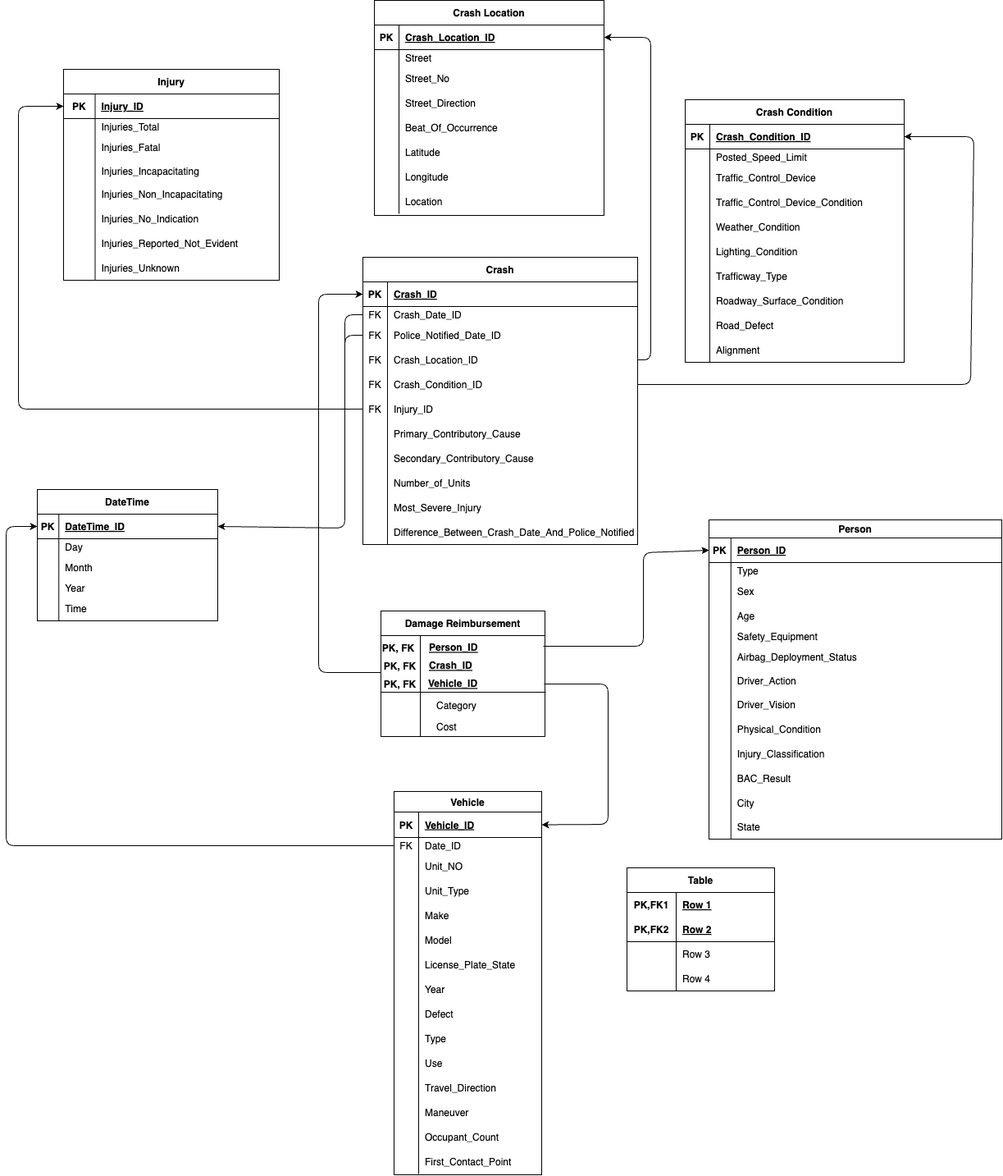
SaraHoxha/lds-dw-modelling keeps this draw.io diagram as Data Warehouse Schema/DW Schema.png. Above is the earlier version. Source tidied: cells renumbered, new cells last; positions are measured from the earlier drawing's top-left corner, leaving out a move shared by most shapes.
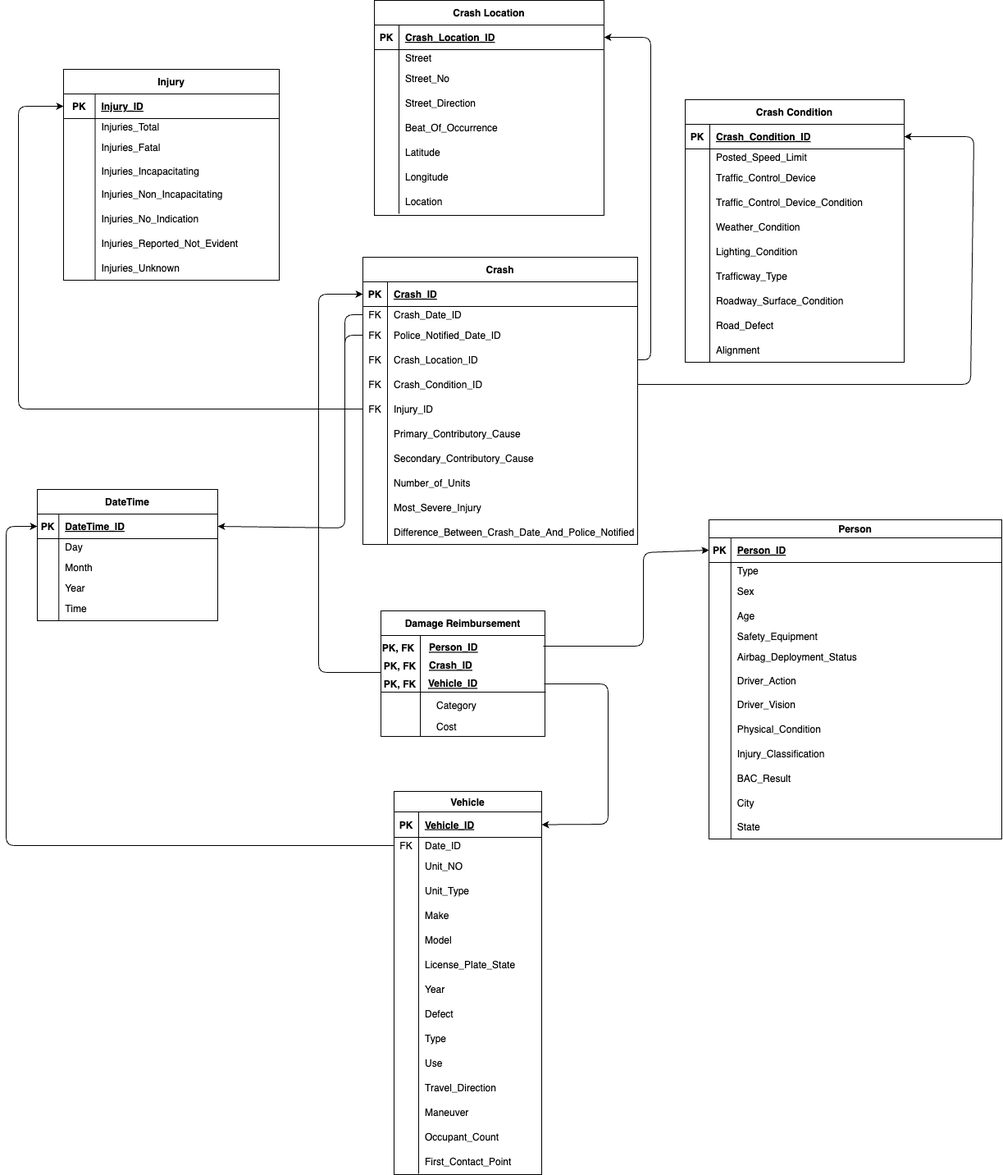
After the commit.

Diff of the diagram source:
```diff
@@ -777,45 +777,6 @@
     <mxCell id="243" value="Cost" style="shape=partialRectangle;fillColor=none;top=0;left=0;bottom=0;right=0;align=left;spacingLeft=6;overflow=hidden;" parent="1" vertex="1">
       <mxGeometry x="517" y="872.3" width="190" height="25" as="geometry" />
     </mxCell>
-    <mxCell id="244" value="Table" style="shape=table;startSize=30;rowLines=0;fontStyle=1;align=center;" parent="1" vertex="1">
-      <mxGeometry x="757" y="1057" width="180" height="150" as="geometry" />
-    </mxCell>
-    <mxCell id="245" style="shape=tableRow;horizontal=0;startSize=0;swimlaneHead=0;swimlaneBody=0;fillColor=none;top=0;left=0;right=0;bottom=0;" parent="244" vertex="1">
-      <mxGeometry y="30" width="180" height="30" as="geometry" />
-    </mxCell>
-    <mxCell id="246" value="PK,FK1" style="shape=partialRectangle;fillColor=none;top=0;left=0;bottom=0;right=0;fontStyle=1;overflow=hidden;" parent="245" vertex="1">
-      <mxGeometry width="60" height="30" as="geometry" />
-    </mxCell>
-    <mxCell id="247" value="Row 1" style="shape=partialRectangle;fillColor=none;top=0;left=0;bottom=0;right=0;align=left;spacingLeft=6;fontStyle=5;overflow=hidden;" parent="245" vertex="1">
-      <mxGeometry x="60" width="120" height="30" as="geometry" />
-    </mxCell>
-    <mxCell id="248" style="shape=tableRow;horizontal=0;startSize=0;swimlaneHead=0;swimlaneBody=0;fillColor=none;top=0;left=0;right=0;bottom=1;" parent="244" vertex="1">
-      <mxGeometry y="60" width="180" height="30" as="geometry" />
-    </mxCell>
-    <mxCell id="249" value="PK,FK2" style="shape=partialRectangle;fillColor=none;top=0;left=0;bottom=0;right=0;fontStyle=1;overflow=hidden;" parent="248" vertex="1">
-      <mxGeometry width="60" height="30" as="geometry" />
-    </mxCell>
-    <mxCell id="250" value="Row 2" style="shape=partialRectangle;fillColor=none;top=0;left=0;bottom=0;right=0;align=left;spacingLeft=6;fontStyle=5;overflow=hidden;" parent="248" vertex="1">
-      <mxGeometry x="60" width="120" height="30" as="geometry" />
-    </mxCell>
-    <mxCell id="251" style="shape=tableRow;horizontal=0;startSize=0;swimlaneHead=0;swimlaneBody=0;fillColor=none;top=0;left=0;right=0;bottom=0;" parent="244" vertex="1">
-      <mxGeometry y="90" width="180" height="30" as="geometry" />
-    </mxCell>
-    <mxCell id="252" style="shape=partialRectangle;fillColor=none;top=0;left=0;bottom=0;right=0;overflow=hidden;" parent="251" vertex="1">
-      <mxGeometry width="60" height="30" as="geometry" />
-    </mxCell>
-    <mxCell id="253" value="Row 3" style="shape=partialRectangle;fillColor=none;top=0;left=0;bottom=0;right=0;align=left;spacingLeft=6;overflow=hidden;" parent="251" vertex="1">
-      <mxGeometry x="60" width="120" height="30" as="geometry" />
-    </mxCell>
-    <mxCell id="254" style="shape=tableRow;horizontal=0;startSize=0;swimlaneHead=0;swimlaneBody=0;fillColor=none;top=0;left=0;right=0;bottom=0;" parent="244" vertex="1">
-      <mxGeometry y="120" width="180" height="30" as="geometry" />
-    </mxCell>
-    <mxCell id="255" style="shape=partialRectangle;fillColor=none;top=0;left=0;bottom=0;right=0;overflow=hidden;" parent="254" vertex="1">
-      <mxGeometry width="60" height="30" as="geometry" />
-    </mxCell>
-    <mxCell id="256" value="Row 4" style="shape=partialRectangle;fillColor=none;top=0;left=0;bottom=0;right=0;align=left;spacingLeft=6;overflow=hidden;" parent="254" vertex="1">
-      <mxGeometry x="60" width="120" height="30" as="geometry" />
-    </mxCell>
     <mxCell id="257" value="PK, FK" style="shape=partialRectangle;fillColor=none;top=0;left=0;bottom=0;right=0;overflow=hidden;fontStyle=1;" parent="1" vertex="1">
       <mxGeometry x="456" y="801" width="49" height="20" as="geometry" />
     </mxCell>
```
